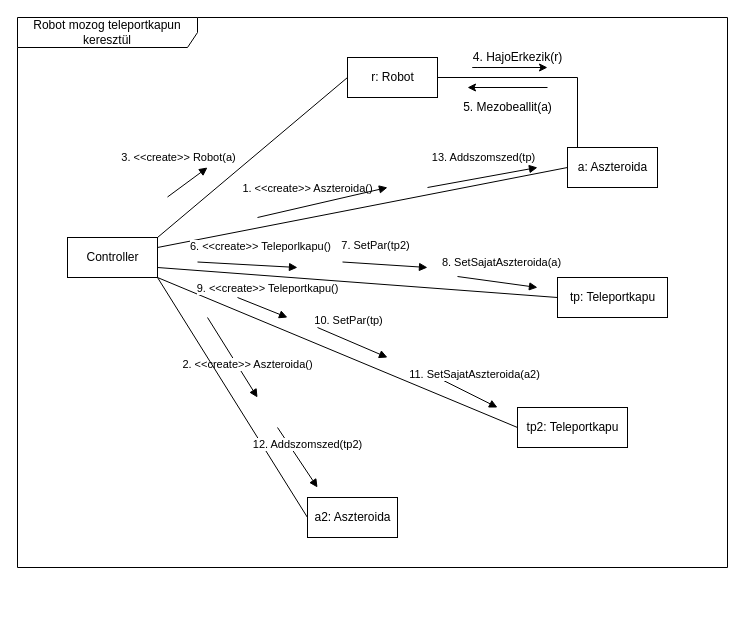
Above: page "RobotTPMozgas" (2 of 3) of doc/kommunikacio/TeleportMozgas.drawio in torpeBoiGo/aszteroidabanyaszat (draw.io), before the change. Source tidied: cells renumbered, new cells numbered last; positions are measured from the earlier drawing's top-left corner, leaving out a move shared by most shapes. Both pictures are drawn from the tidied source at 100%, with x=0, y=0 at pixel (17, 17).
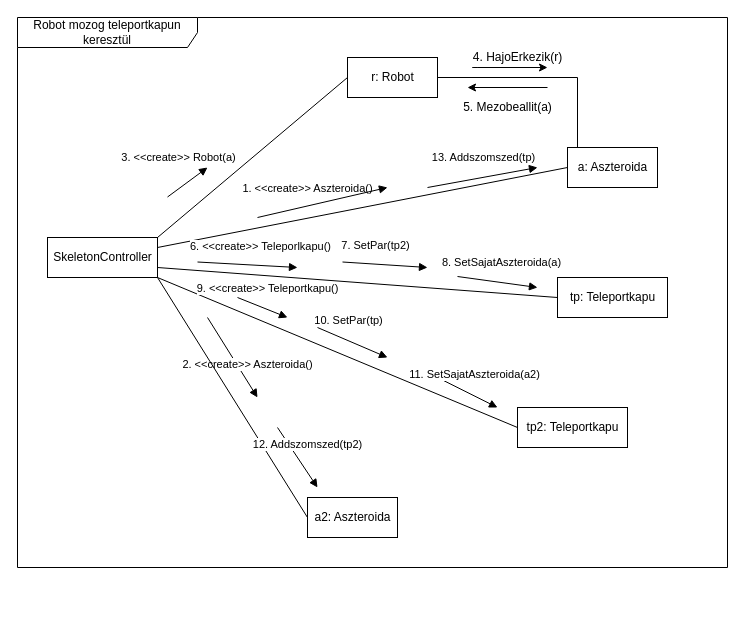
Above is the later version.

The edit, as a diff of the source:
```diff
@@
-    <mxCell id="7" value="Controller" style="html=1;" parent="1" vertex="1">
-      <mxGeometry x="50" y="220" width="90" height="40" as="geometry" />
+    <mxCell id="7" value="SkeletonController" style="html=1;" parent="1" vertex="1">
+      <mxGeometry x="30" y="220" width="110" height="40" as="geometry" />
     </mxCell>
```
